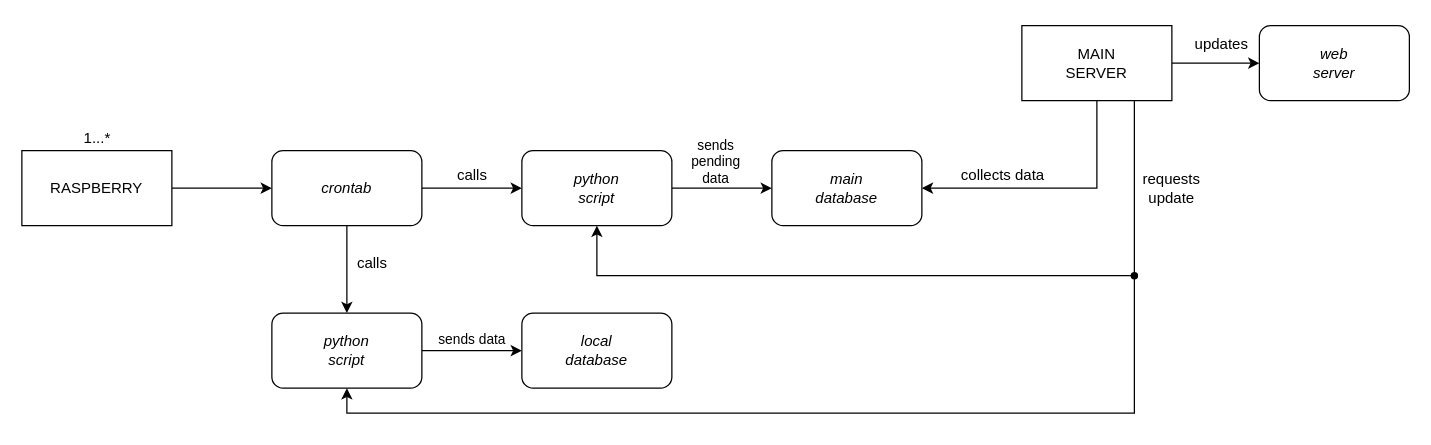
This is workflow/workflow.drawio from pedro-carmine/network-monitoring-raspberry, a draw.io file, before an edit. Source tidied: cells renumbered, new cells numbered last; positions are measured from the earlier drawing's top-left corner, leaving out a move shared by most shapes. Both pictures are drawn from the tidied source at 125%, with x=0, y=0 at pixel (21, 25).
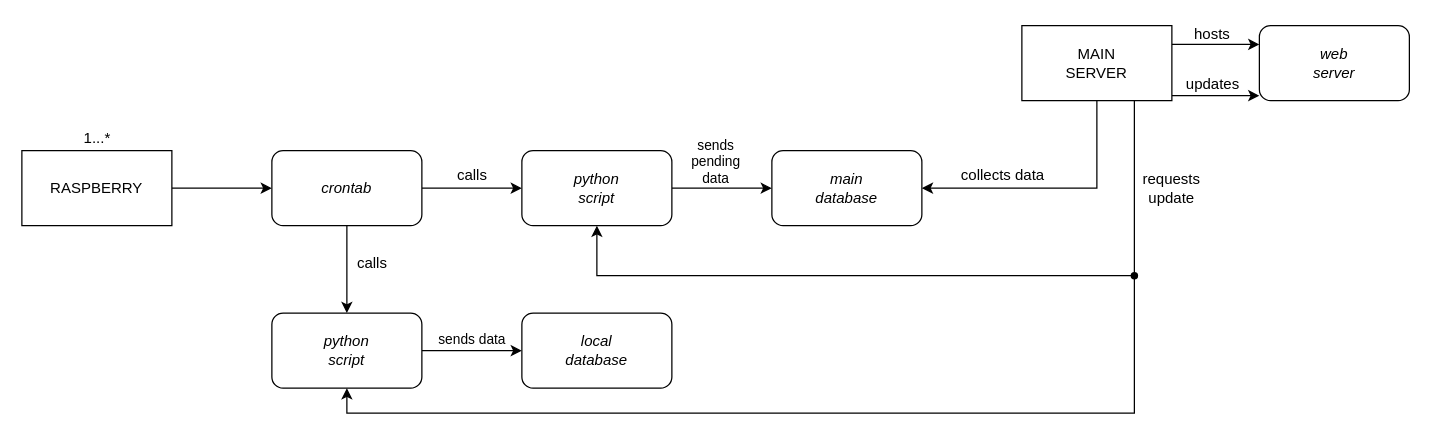
The same page after the edit.

Unchanged cells that the change refers to:
```xml
<mxCell id="20" value="MAIN&lt;br&gt;SERVER" style="rounded=0;whiteSpace=wrap;html=1;" parent="1" vertex="1">
  <mxGeometry x="800" width="120" height="60" as="geometry" />
</mxCell>
<mxCell id="22" value="&lt;i&gt;web&lt;br&gt;server&lt;br&gt;&lt;/i&gt;" style="rounded=1;whiteSpace=wrap;html=1;" parent="1" vertex="1">
  <mxGeometry x="990" width="120" height="60" as="geometry" />
</mxCell>
```

The edit, as a diff of the source:
```diff
@@
-    <mxCell id="18" style="edgeStyle=orthogonalEdgeStyle;rounded=0;jettySize=auto;html=1;exitX=1;exitY=0.5;exitDx=0;exitDy=0;entryX=0;entryY=0.5;entryDx=0;entryDy=0;" parent="1" edge="1" source="20" target="22">
-      <mxGeometry relative="1" as="geometry" />
+    <mxCell id="18" style="edgeStyle=orthogonalEdgeStyle;rounded=0;orthogonalLoop=1;jettySize=auto;html=1;exitX=1;exitY=0.5;exitDx=0;exitDy=0;entryX=0;entryY=0.5;entryDx=0;entryDy=0;" parent="1" edge="1">
+      <mxGeometry relative="1" as="geometry">
+        <mxPoint x="920" y="56" as="sourcePoint" />
+        <mxPoint x="990" y="56" as="targetPoint" />
+      </mxGeometry>
     </mxCell>
@@
+    <mxCell id="28" style="edgeStyle=orthogonalEdgeStyle;rounded=0;jettySize=auto;html=1;exitX=1;exitY=0.25;exitDx=0;exitDy=0;entryX=0;entryY=0.25;entryDx=0;entryDy=0;" parent="1" edge="1" source="20" target="22">
+      <mxGeometry relative="1" as="geometry" />
+    </mxCell>
@@
     <mxCell id="23" value="updates" style="text;html=1;strokeColor=none;fillColor=none;align=center;verticalAlign=middle;whiteSpace=wrap;rounded=0;" parent="1" vertex="1">
-      <mxGeometry x="930" width="60" height="30" as="geometry" />
+      <mxGeometry x="923" y="32" width="60" height="30" as="geometry" />
     </mxCell>
@@
+    <mxCell id="29" value="hosts" style="text;html=1;align=center;verticalAlign=middle;strokeColor=none;fillColor=none;" parent="1" vertex="1">
+      <mxGeometry x="932" y="-3" width="40" height="20" as="geometry" />
+    </mxCell>
```
